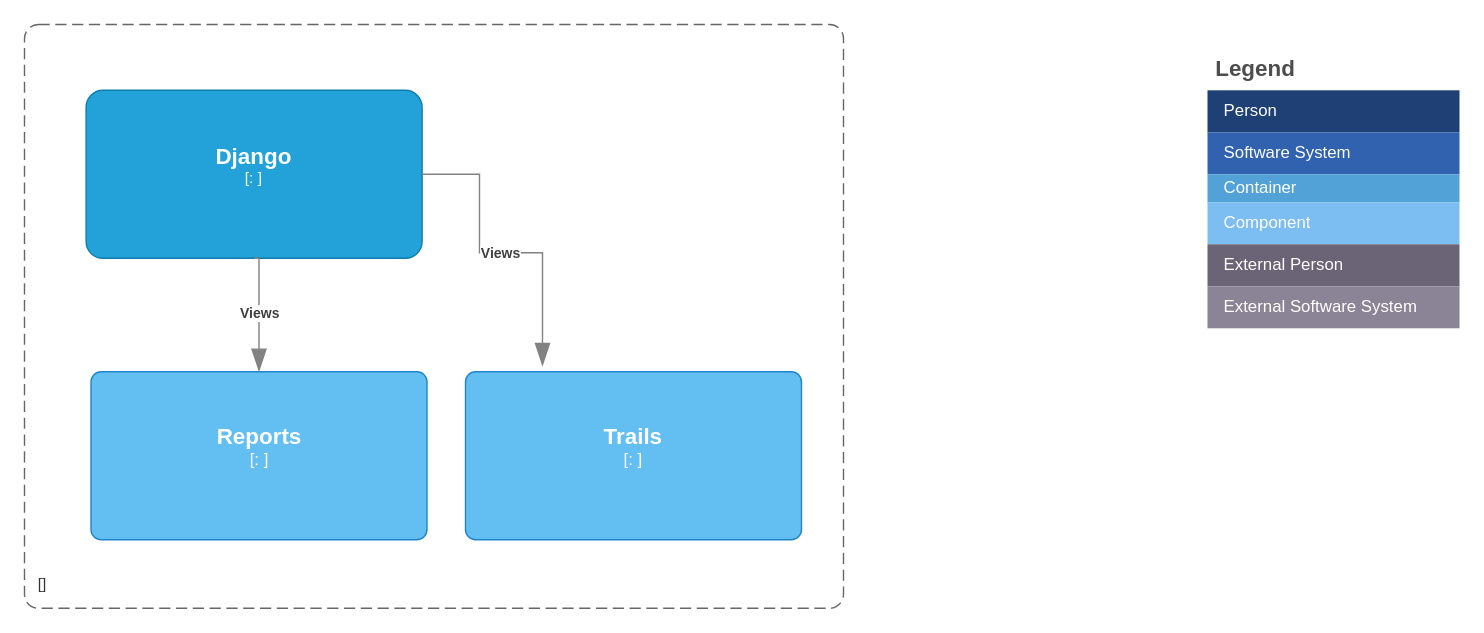
Earlier version of the draw.io diagram docs/C4/postgresomponent-C4.drawio (bartelsjoshuac/Corduroy). Source tidied: cells renumbered, new cells numbered last; positions are measured from the earlier drawing's top-left corner, leaving out a move shared by most shapes. Both pictures are drawn from the tidied source at 140%, with x=0, y=0 at pixel (24, 24).
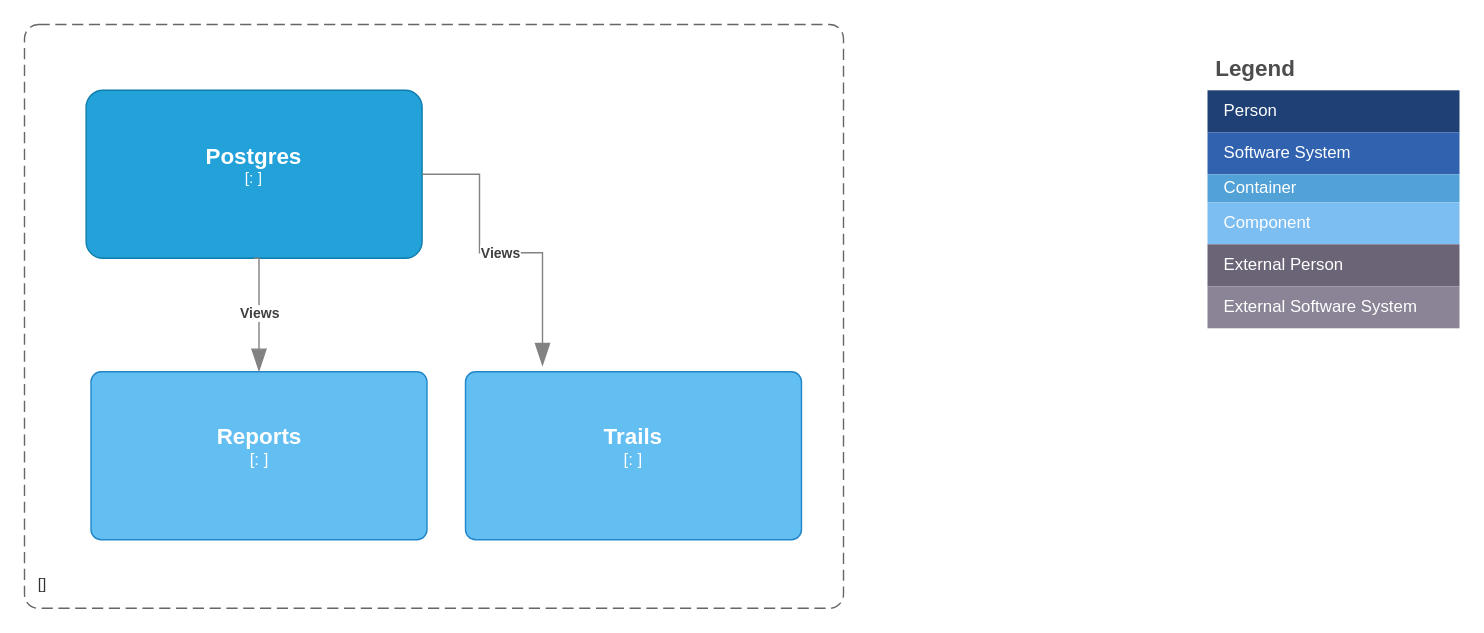
The same page after the edit.

Change to the diagram source:
```diff
@@
-    <object id="15" label="&lt;font style=&quot;font-size: 16px&quot;&gt;&lt;b&gt;%c4Name%&lt;/b&gt;&lt;/font&gt;&lt;div&gt;[%c4Type%: %c4Technology%]&lt;/div&gt;&lt;br&gt;&lt;div&gt;&lt;font style=&quot;font-size: 11px&quot;&gt;&lt;font color=&quot;#E6E6E6&quot;&gt;%c4Description%&lt;/font&gt;&lt;/div&gt;" c4Description="" c4Name="Django" c4Technology="" c4Type="" placeholders="1">
+    <object id="15" label="&lt;font style=&quot;font-size: 16px&quot;&gt;&lt;b&gt;%c4Name%&lt;/b&gt;&lt;/font&gt;&lt;div&gt;[%c4Type%: %c4Technology%]&lt;/div&gt;&lt;br&gt;&lt;div&gt;&lt;font style=&quot;font-size: 11px&quot;&gt;&lt;font color=&quot;#E6E6E6&quot;&gt;%c4Description%&lt;/font&gt;&lt;/div&gt;" c4Description="" c4Name="Postgres" c4Technology="" c4Type="" placeholders="1">
       <mxCell style="rounded=1;whiteSpace=wrap;html=1;fontSize=11;labelBackgroundColor=none;fillColor=#23A2D9;fontColor=#ffffff;align=center;arcSize=10;strokeColor=#0E7DAD;points=[[0.25,0,0],[0.5,0,0],[0.75,0,0],[1,0.25,0],[1,0.5,0],[1,0.75,0],[0.75,1,0],[0.5,1,0],[0.25,1,0],[0,0.75,0],[0,0.5,0],[0,0.25,0]];" parent="1" vertex="1">
         <mxGeometry x="44" y="47" width="240" height="120" as="geometry" />
       </mxCell>
     </object>
```
